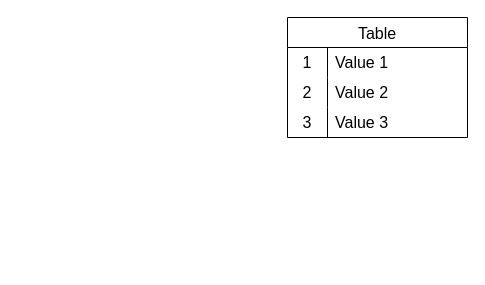
Overchenko-Egor/RGR keeps this draw.io diagram as бд.drawio. Above is the earlier version. Source tidied: cells renumbered, new cells numbered last; positions are measured from the earlier drawing's top-left corner, leaving out a move shared by most shapes. Both pictures are drawn from the tidied source at 100%, with x=0, y=0 at pixel (287, 17).
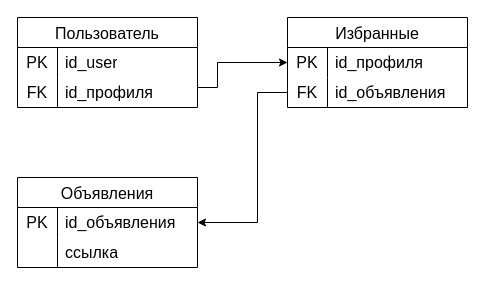
Above is the later version.

Unchanged cells that the change refers to:
```xml
<mxCell id="3" style="shape=tableRow;horizontal=0;startSize=0;swimlaneHead=0;swimlaneBody=0;top=0;left=0;bottom=0;right=0;fillColor=none;points=[[0,0.5],[1,0.5]];portConstraint=eastwest;strokeColor=inherit;fontSize=16;" parent="2" vertex="1">
  <mxGeometry y="30" width="180" height="30" as="geometry" />
</mxCell>
<mxCell id="6" style="shape=tableRow;horizontal=0;startSize=0;swimlaneHead=0;swimlaneBody=0;top=0;left=0;bottom=0;right=0;fillColor=none;points=[[0,0.5],[1,0.5]];portConstraint=eastwest;strokeColor=inherit;fontSize=16;" parent="2" vertex="1">
  <mxGeometry y="60" width="180" height="30" as="geometry" />
</mxCell>
```

Diff of the diagram source:
```diff
@@
-    <mxCell id="2" value="Table" style="shape=table;startSize=30;childLayout=tableLayout;rowLines=0;fontStyle=0;strokeColor=default;fontSize=16;" parent="1" vertex="1">
-      <mxGeometry width="180" height="120" as="geometry" />
+    <mxCell id="2" value="Избранные" style="shape=table;startSize=30;childLayout=tableLayout;rowLines=0;fontStyle=0;strokeColor=default;fontSize=16;" parent="1" vertex="1">
+      <mxGeometry width="180" height="90" as="geometry" />
     </mxCell>
@@
-    <mxCell id="4" value="1" style="shape=partialRectangle;html=1;whiteSpace=wrap;fillColor=none;top=0;left=0;bottom=0;right=0;overflow=hidden;strokeColor=inherit;fontSize=16;" parent="3" vertex="1">
+    <mxCell id="4" value="PK" style="shape=partialRectangle;html=1;whiteSpace=wrap;fillColor=none;top=0;left=0;bottom=0;right=0;overflow=hidden;strokeColor=inherit;fontSize=16;" parent="3" vertex="1">
       <mxGeometry width="40" height="30" as="geometry" />
     </mxCell>
-    <mxCell id="5" value="Value 1" style="shape=partialRectangle;html=1;whiteSpace=wrap;fillColor=none;top=0;left=0;bottom=0;right=0;align=left;spacingLeft=6;overflow=hidden;strokeColor=inherit;fontSize=16;" parent="3" vertex="1">
+    <mxCell id="5" value="id_профиля" style="shape=partialRectangle;html=1;whiteSpace=wrap;fillColor=none;top=0;left=0;bottom=0;right=0;align=left;spacingLeft=6;overflow=hidden;strokeColor=inherit;fontSize=16;" parent="3" vertex="1">
       <mxGeometry x="40" width="140" height="30" as="geometry" />
     </mxCell>
@@
-    <mxCell id="7" value="2" style="shape=partialRectangle;html=1;whiteSpace=wrap;fillColor=none;top=0;left=0;bottom=0;right=0;overflow=hidden;strokeColor=inherit;fontSize=16;" parent="6" vertex="1">
+    <mxCell id="7" value="FK" style="shape=partialRectangle;html=1;whiteSpace=wrap;fillColor=none;top=0;left=0;bottom=0;right=0;overflow=hidden;strokeColor=inherit;fontSize=16;" parent="6" vertex="1">
       <mxGeometry width="40" height="30" as="geometry" />
     </mxCell>
-    <mxCell id="8" value="Value 2" style="shape=partialRectangle;html=1;whiteSpace=wrap;fillColor=none;top=0;left=0;bottom=0;right=0;align=left;spacingLeft=6;overflow=hidden;strokeColor=inherit;fontSize=16;" parent="6" vertex="1">
+    <mxCell id="8" value="id_объявления" style="shape=partialRectangle;html=1;whiteSpace=wrap;fillColor=none;top=0;left=0;bottom=0;right=0;align=left;spacingLeft=6;overflow=hidden;strokeColor=inherit;fontSize=16;" parent="6" vertex="1">
       <mxGeometry x="40" width="140" height="30" as="geometry" />
     </mxCell>
-    <mxCell id="9" style="shape=tableRow;horizontal=0;startSize=0;swimlaneHead=0;swimlaneBody=0;top=0;left=0;bottom=0;right=0;fillColor=none;strokeColor=inherit;fontSize=16;" parent="2" vertex="1">
-      <mxGeometry y="90" width="180" height="30" as="geometry" />
-    </mxCell>
-    <mxCell id="10" value="3" style="shape=partialRectangle;html=1;whiteSpace=wrap;fillColor=none;top=0;left=0;bottom=0;right=0;overflow=hidden;strokeColor=inherit;fontSize=16;" parent="9" vertex="1">
-      <mxGeometry width="40" height="30" as="geometry" />
-    </mxCell>
-    <mxCell id="11" value="Value 3" style="shape=partialRectangle;html=1;whiteSpace=wrap;fillColor=none;top=0;left=0;bottom=0;right=0;align=left;spacingLeft=6;overflow=hidden;strokeColor=inherit;fontSize=16;" parent="9" vertex="1">
-      <mxGeometry x="40" width="140" height="30" as="geometry" />
-    </mxCell>
+    <mxCell id="12" value="Пользователь" style="shape=table;startSize=30;childLayout=tableLayout;rowLines=0;fontStyle=0;strokeColor=default;fontSize=16;" parent="1" vertex="1">
+      <mxGeometry x="-270" width="180" height="90" as="geometry" />
+    </mxCell>
+    <mxCell id="13" style="shape=tableRow;horizontal=0;startSize=0;swimlaneHead=0;swimlaneBody=0;top=0;left=0;bottom=0;right=0;fillColor=none;strokeColor=inherit;fontSize=16;" parent="12" vertex="1">
+      <mxGeometry y="30" width="180" height="30" as="geometry" />
+    </mxCell>
+    <mxCell id="14" value="PK" style="shape=partialRectangle;html=1;whiteSpace=wrap;fillColor=none;top=0;left=0;bottom=0;right=0;overflow=hidden;strokeColor=inherit;fontSize=16;" parent="13" vertex="1">
+      <mxGeometry width="40" height="30" as="geometry" />
+    </mxCell>
+    <mxCell id="15" value="id_user" style="shape=partialRectangle;html=1;whiteSpace=wrap;fillColor=none;top=0;left=0;bottom=0;right=0;align=left;spacingLeft=6;overflow=hidden;strokeColor=inherit;fontSize=16;" parent="13" vertex="1">
+      <mxGeometry x="40" width="140" height="30" as="geometry" />
+    </mxCell>
+    <mxCell id="16" style="shape=tableRow;horizontal=0;startSize=0;swimlaneHead=0;swimlaneBody=0;top=0;left=0;bottom=0;right=0;fillColor=none;points=[[0,0.5],[1,0.5]];portConstraint=eastwest;strokeColor=inherit;fontSize=16;" parent="12" vertex="1">
+      <mxGeometry y="60" width="180" height="30" as="geometry" />
+    </mxCell>
+    <mxCell id="17" value="FK" style="shape=partialRectangle;html=1;whiteSpace=wrap;fillColor=none;top=0;left=0;bottom=0;right=0;overflow=hidden;strokeColor=inherit;fontSize=16;" parent="16" vertex="1">
+      <mxGeometry width="40" height="30" as="geometry" />
+    </mxCell>
+    <mxCell id="18" value="id_профиля" style="shape=partialRectangle;html=1;whiteSpace=wrap;fillColor=none;top=0;left=0;bottom=0;right=0;align=left;spacingLeft=6;overflow=hidden;strokeColor=inherit;fontSize=16;" parent="16" vertex="1">
+      <mxGeometry x="40" width="140" height="30" as="geometry" />
+    </mxCell>
+    <mxCell id="19" value="Объявления" style="shape=table;startSize=30;childLayout=tableLayout;rowLines=0;fontStyle=0;strokeColor=default;fontSize=16;" parent="1" vertex="1">
+      <mxGeometry x="-270" y="160" width="180" height="90" as="geometry" />
+    </mxCell>
+    <mxCell id="20" style="shape=tableRow;horizontal=0;startSize=0;swimlaneHead=0;swimlaneBody=0;top=0;left=0;bottom=0;right=0;fillColor=none;points=[[0,0.5],[1,0.5]];portConstraint=eastwest;strokeColor=inherit;fontSize=16;" parent="19" vertex="1">
+      <mxGeometry y="30" width="180" height="30" as="geometry" />
+    </mxCell>
+    <mxCell id="21" value="PK" style="shape=partialRectangle;html=1;whiteSpace=wrap;fillColor=none;top=0;left=0;bottom=0;right=0;overflow=hidden;strokeColor=inherit;fontSize=16;" parent="20" vertex="1">
+      <mxGeometry width="40" height="30" as="geometry" />
+    </mxCell>
+    <mxCell id="22" value="id_объявления" style="shape=partialRectangle;html=1;whiteSpace=wrap;fillColor=none;top=0;left=0;bottom=0;right=0;align=left;spacingLeft=6;overflow=hidden;strokeColor=inherit;fontSize=16;" parent="20" vertex="1">
+      <mxGeometry x="40" width="140" height="30" as="geometry" />
+    </mxCell>
+    <mxCell id="23" style="shape=tableRow;horizontal=0;startSize=0;swimlaneHead=0;swimlaneBody=0;top=0;left=0;bottom=0;right=0;fillColor=none;strokeColor=inherit;fontSize=16;" parent="19" vertex="1">
+      <mxGeometry y="60" width="180" height="30" as="geometry" />
+    </mxCell>
+    <mxCell id="24" style="shape=partialRectangle;html=1;whiteSpace=wrap;fillColor=none;top=0;left=0;bottom=0;right=0;overflow=hidden;strokeColor=inherit;fontSize=16;" parent="23" vertex="1">
+      <mxGeometry width="40" height="30" as="geometry" />
+    </mxCell>
+    <mxCell id="25" value="ссылка" style="shape=partialRectangle;html=1;whiteSpace=wrap;fillColor=none;top=0;left=0;bottom=0;right=0;align=left;spacingLeft=6;overflow=hidden;strokeColor=inherit;fontSize=16;" parent="23" vertex="1">
+      <mxGeometry x="40" width="140" height="30" as="geometry" />
+    </mxCell>
+    <mxCell id="26" style="edgeStyle=orthogonalEdgeStyle;rounded=0;jettySize=auto;html=1;entryX=0;entryY=0.5;entryDx=0;entryDy=0;" parent="1" edge="1" source="16" target="3">
+      <mxGeometry relative="1" as="geometry">
+        <Array as="points">
+          <mxPoint x="-70" y="70" />
+          <mxPoint x="-70" y="45" />
+        </Array>
+      </mxGeometry>
+    </mxCell>
+    <mxCell id="27" style="edgeStyle=orthogonalEdgeStyle;rounded=0;jettySize=auto;html=1;entryX=1;entryY=0.5;entryDx=0;entryDy=0;" parent="1" edge="1" source="6" target="20">
+      <mxGeometry relative="1" as="geometry">
+        <Array as="points">
+          <mxPoint x="-30" y="75" />
+          <mxPoint x="-30" y="205" />
+        </Array>
+      </mxGeometry>
+    </mxCell>
```
